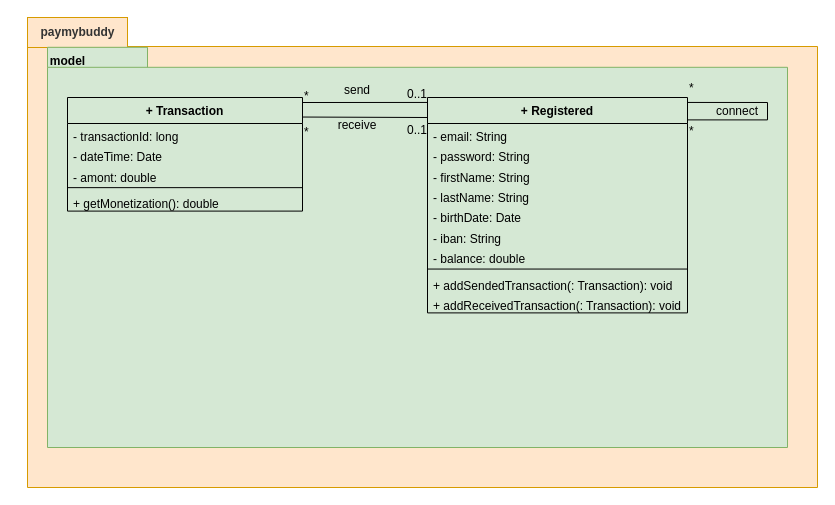
Earlier version of the draw.io diagram page "Model classes" (2 of 3) of UML/payMyBuddyUML.drawio (emmo78/com.paymybuddy.paymybuddy). Source tidied: cells renumbered, new cells numbered last; positions are measured from the earlier drawing's top-left corner, leaving out a move shared by most shapes. Both pictures are drawn from the tidied source at 100%, with x=0, y=0 at pixel (17, 17).
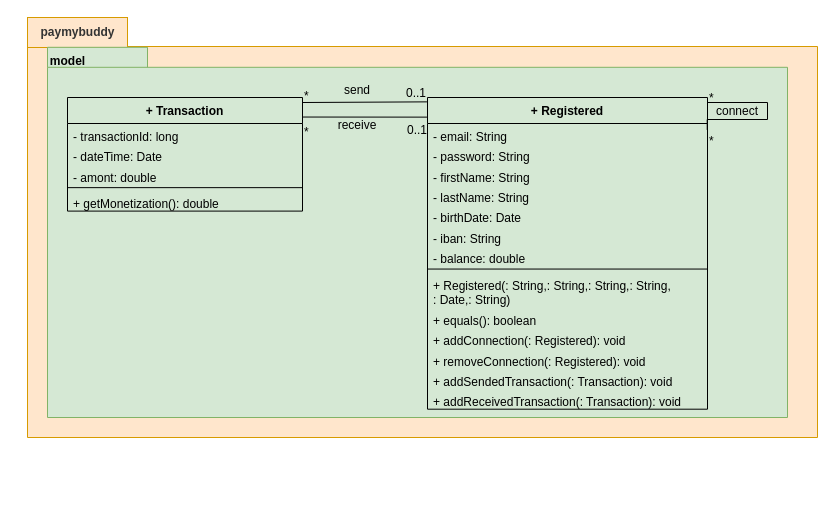
The same page after the edit.

Commit message (it also covers changes not shown here):
wip : Registered ManyToMany Registered, joinTable connection, bidirectional done

The change refers to these unchanged cells:
```xml
<mxCell id="17" value="+ Transaction" style="swimlane;fontStyle=1;align=center;verticalAlign=top;horizontal=1;startSize=26;fillColor=#d5e8d4;strokeColor=#000000;" parent="1" vertex="1">
  <mxGeometry x="50" y="80" width="235" height="113.6" as="geometry" />
</mxCell>
```

The edit, as a diff of the source:
```diff
@@
     <mxCell id="2" style="shape=folder;fontStyle=1;spacingTop=10;tabWidth=100;tabHeight=29;tabPosition=left;html=1;fillColor=#ffe6cc;strokeColor=#d79b00;rotation=0;" parent="1" vertex="1">
-      <mxGeometry x="10" width="790" height="470" as="geometry" />
+      <mxGeometry x="10" width="790" height="420" as="geometry" />
     </mxCell>
@@
     <mxCell id="4" style="shape=folder;fontStyle=1;spacingTop=10;tabWidth=100;tabHeight=20;tabPosition=left;html=1;fillColor=#d5e8d4;strokeColor=#82b366;" parent="1" vertex="1">
-      <mxGeometry x="30" y="29.8" width="740" height="400.2" as="geometry" />
+      <mxGeometry x="30" y="29.8" width="740" height="370.2" as="geometry" />
     </mxCell>
@@
     <mxCell id="6" value="+ Registered" style="swimlane;fontStyle=1;align=center;verticalAlign=top;horizontal=1;startSize=26;fillColor=#d5e8d4;strokeColor=#000000;" parent="1" vertex="1">
-      <mxGeometry x="410" y="80" width="260" height="215.4" as="geometry" />
+      <mxGeometry x="410" y="80" width="280" height="311.7" as="geometry" />
     </mxCell>
     <mxCell id="7" value="- email: String" style="text;strokeColor=none;fillColor=none;align=left;verticalAlign=top;spacingLeft=4;spacingRight=4;overflow=hidden;" parent="6" vertex="1">
-      <mxGeometry y="26" width="260" height="20.3" as="geometry" />
+      <mxGeometry y="26" width="280" height="20.3" as="geometry" />
     </mxCell>
     <mxCell id="8" value="- password: String" style="text;strokeColor=none;fillColor=none;align=left;verticalAlign=top;spacingLeft=4;spacingRight=4;overflow=hidden;" parent="6" vertex="1">
-      <mxGeometry y="46.3" width="260" height="20.3" as="geometry" />
+      <mxGeometry y="46.3" width="280" height="20.3" as="geometry" />
     </mxCell>
     <mxCell id="9" value="- firstName: String" style="text;strokeColor=none;fillColor=none;align=left;verticalAlign=top;spacingLeft=4;spacingRight=4;overflow=hidden;" parent="6" vertex="1">
-      <mxGeometry y="66.7" width="260" height="20.3" as="geometry" />
+      <mxGeometry y="66.7" width="280" height="20.3" as="geometry" />
     </mxCell>
     <mxCell id="10" value="- lastName: String" style="text;strokeColor=none;fillColor=none;align=left;verticalAlign=top;spacingLeft=4;spacingRight=4;overflow=hidden;" parent="6" vertex="1">
-      <mxGeometry y="87" width="260" height="20.3" as="geometry" />
+      <mxGeometry y="87" width="280" height="20.3" as="geometry" />
     </mxCell>
     <mxCell id="11" value="- birthDate: Date" style="text;strokeColor=none;fillColor=none;align=left;verticalAlign=top;spacingLeft=4;spacingRight=4;overflow=hidden;" parent="6" vertex="1">
-      <mxGeometry y="107.4" width="260" height="20.3" as="geometry" />
+      <mxGeometry y="107.4" width="280" height="20.3" as="geometry" />
     </mxCell>
     <mxCell id="12" value="- iban: String" style="text;strokeColor=none;fillColor=none;align=left;verticalAlign=top;spacingLeft=4;spacingRight=4;overflow=hidden;" parent="6" vertex="1">
-      <mxGeometry y="127.7" width="260" height="20.3" as="geometry" />
+      <mxGeometry y="127.7" width="280" height="20.3" as="geometry" />
     </mxCell>
     <mxCell id="13" value="- balance: double" style="text;strokeColor=none;fillColor=none;align=left;verticalAlign=top;spacingLeft=4;spacingRight=4;overflow=hidden;" parent="6" vertex="1">
-      <mxGeometry y="148.1" width="260" height="20.3" as="geometry" />
+      <mxGeometry y="148.1" width="280" height="20.3" as="geometry" />
     </mxCell>
     <mxCell id="14" style="line;strokeWidth=1;fillColor=none;align=left;verticalAlign=middle;spacingTop=-1;spacingLeft=3;spacingRight=3;labelPosition=right;" parent="6" vertex="1">
-      <mxGeometry y="168.4" width="260" height="6.3" as="geometry" />
+      <mxGeometry y="168.4" width="280" height="6.3" as="geometry" />
     </mxCell>
+    <mxCell id="35" value="+ Registered(: String,: String,: String,: String,&#10;: Date,: String)" style="text;strokeColor=none;fillColor=none;align=left;verticalAlign=top;spacingLeft=4;spacingRight=4;overflow=hidden;" parent="6" vertex="1">
+      <mxGeometry y="174.7" width="280" height="35.3" as="geometry" />
+    </mxCell>
+    <mxCell id="36" value="+ equals(): boolean" style="text;strokeColor=none;fillColor=none;align=left;verticalAlign=top;spacingLeft=4;spacingRight=4;overflow=hidden;" parent="6" vertex="1">
+      <mxGeometry y="210" width="280" height="20.3" as="geometry" />
+    </mxCell>
-    <mxCell id="15" value="+ addSendedTransaction(: Transaction): void" style="text;strokeColor=none;fillColor=none;align=left;verticalAlign=top;spacingLeft=4;spacingRight=4;overflow=hidden;" parent="6" vertex="1">
-      <mxGeometry y="174.7" width="260" height="20.3" as="geometry" />
+    <mxCell id="15" value="+ addConnection(: Registered): void" style="text;strokeColor=none;fillColor=none;align=left;verticalAlign=top;spacingLeft=4;spacingRight=4;overflow=hidden;" parent="6" vertex="1">
+      <mxGeometry y="230.3" width="280" height="20.3" as="geometry" />
     </mxCell>
-    <mxCell id="16" value="+ addReceivedTransaction(: Transaction): void" style="text;strokeColor=none;fillColor=none;align=left;verticalAlign=top;spacingLeft=4;spacingRight=4;overflow=hidden;" parent="6" vertex="1">
-      <mxGeometry y="195" width="260" height="20.3" as="geometry" />
+    <mxCell id="16" value="+ removeConnection(: Registered): void" style="text;strokeColor=none;fillColor=none;align=left;verticalAlign=top;spacingLeft=4;spacingRight=4;overflow=hidden;" parent="6" vertex="1">
+      <mxGeometry y="250.7" width="280" height="20.3" as="geometry" />
     </mxCell>
+    <mxCell id="37" value="+ addSendedTransaction(: Transaction): void" style="text;strokeColor=none;fillColor=none;align=left;verticalAlign=top;spacingLeft=4;spacingRight=4;overflow=hidden;" parent="6" vertex="1">
+      <mxGeometry y="271" width="280" height="20.3" as="geometry" />
+    </mxCell>
+    <mxCell id="38" value="+ addReceivedTransaction(: Transaction): void" style="text;strokeColor=none;fillColor=none;align=left;verticalAlign=top;spacingLeft=4;spacingRight=4;overflow=hidden;" parent="6" vertex="1">
+      <mxGeometry y="291.4" width="280" height="20.3" as="geometry" />
+    </mxCell>
@@
-    <mxCell id="28" style="endArrow=none;html=1;rounded=0;align=center;verticalAlign=top;endFill=0;labelBackgroundColor=none;entryX=0;entryY=0.023;entryDx=0;entryDy=0;strokeColor=#000000;entryPerimeter=0;exitX=1.002;exitY=0.044;exitDx=0;exitDy=0;exitPerimeter=0;" parent="1" edge="1" source="17" target="6">
+    <mxCell id="28" style="endArrow=none;html=1;rounded=0;align=center;verticalAlign=top;endFill=0;labelBackgroundColor=none;entryX=-0.002;entryY=0.014;entryDx=0;entryDy=0;strokeColor=#000000;entryPerimeter=0;exitX=1.002;exitY=0.044;exitDx=0;exitDy=0;exitPerimeter=0;" parent="1" edge="1" source="17" target="6">
       <mxGeometry relative="1" as="geometry" />
     </mxCell>
@@
-    <mxCell id="31" style="endArrow=none;html=1;rounded=0;align=center;verticalAlign=top;endFill=0;labelBackgroundColor=none;strokeColor=#000000;exitX=0.998;exitY=0.172;exitDx=0;exitDy=0;exitPerimeter=0;" parent="1" edge="1" source="17">
-      <mxGeometry relative="1" as="geometry">
-        <mxPoint x="410" y="100" as="targetPoint" />
-      </mxGeometry>
+    <mxCell id="31" style="endArrow=none;html=1;rounded=0;align=center;verticalAlign=top;endFill=0;labelBackgroundColor=none;strokeColor=#000000;exitX=0.998;exitY=0.172;exitDx=0;exitDy=0;exitPerimeter=0;entryX=-0.002;entryY=0.063;entryDx=0;entryDy=0;entryPerimeter=0;" parent="1" edge="1" source="17" target="6">
+      <mxGeometry relative="1" as="geometry" />
     </mxCell>
```
